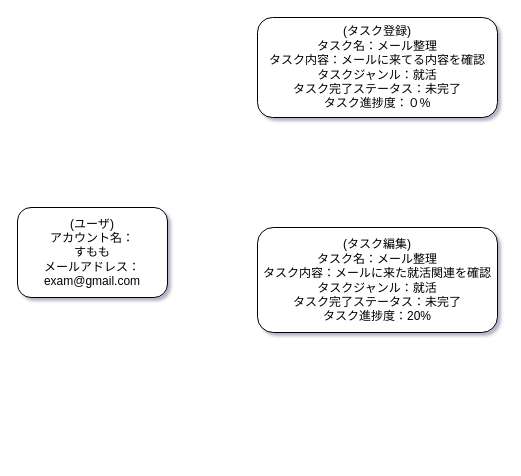
Before: 3-2 オブジェクト図(ドメインモデルの具体例) こっちから書くことも.drawio in OMOCHInoHOSHI/2025-ToDoapp, a draw.io diagram. Source tidied: cells renumbered, new cells numbered last; positions are measured from the earlier drawing's top-left corner, leaving out a move shared by most shapes. Both pictures are drawn from the tidied source at 100%, with x=0, y=0 at pixel (17, 17).
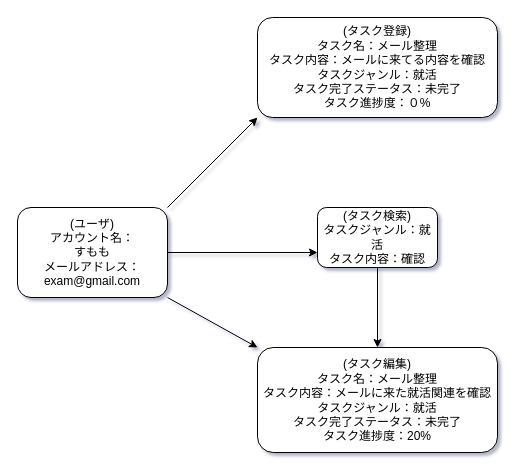
After the change.

Commit message:
タスク検索例

The edit, as a diff of the source:
```diff
@@
 <mxGraphModel background="#FFFFFF" shadow="1">
   <root>
     <mxCell id="0" />
     <mxCell id="1" parent="0" />
+    <mxCell id="5" style="edgeStyle=none;html=1;exitX=1;exitY=0;exitDx=0;exitDy=0;entryX=0;entryY=1;entryDx=0;entryDy=0;" parent="1" edge="1" source="2" target="3">
+      <mxGeometry relative="1" as="geometry" />
+    </mxCell>
+    <mxCell id="6" style="edgeStyle=none;html=1;exitX=1;exitY=1;exitDx=0;exitDy=0;entryX=0;entryY=0;entryDx=0;entryDy=0;" parent="1" edge="1" source="2" target="4">
+      <mxGeometry relative="1" as="geometry" />
+    </mxCell>
+    <mxCell id="7" style="edgeStyle=none;html=1;entryX=0;entryY=0.75;entryDx=0;entryDy=0;" parent="1" edge="1" source="2" target="9">
+      <mxGeometry relative="1" as="geometry" />
+    </mxCell>
     <mxCell id="2" value="(ユーザ&lt;span style=&quot;background-color: transparent;&quot;&gt;)&lt;/span&gt;&lt;div&gt;&lt;span style=&quot;background-color: transparent;&quot;&gt;アカウント名：&lt;br&gt;すもも&lt;br&gt;メールアドレス：exam@gmail.com&lt;/span&gt;&lt;/div&gt;" style="rounded=1;whiteSpace=wrap;html=1;" parent="1" vertex="1">
       <mxGeometry y="190" width="150" height="90" as="geometry" />
     </mxCell>
     <mxCell id="3" value="(タスク登録)&lt;div&gt;タスク名：メール整理&lt;/div&gt;&lt;div&gt;タスク内容：メールに来てる内容を確認&lt;/div&gt;&lt;div&gt;タスクジャンル：就活&lt;/div&gt;&lt;div&gt;タスク完了ステータス：未完了&lt;/div&gt;&lt;div&gt;タスク進捗度：０%&lt;/div&gt;" style="rounded=1;whiteSpace=wrap;html=1;" parent="1" vertex="1">
       <mxGeometry x="240" width="240" height="100" as="geometry" />
     </mxCell>
     <mxCell id="4" value="(タスク編集)&lt;div&gt;タスク名：メール整理&lt;/div&gt;&lt;div&gt;タスク内容：メールに来た就活関連を確認&lt;/div&gt;&lt;div&gt;タスクジャンル：就活&lt;/div&gt;&lt;div&gt;タスク完了ステータス：未完了&lt;/div&gt;&lt;div&gt;タスク進捗度：20%&lt;/div&gt;" style="rounded=1;whiteSpace=wrap;html=1;" parent="1" vertex="1">
-      <mxGeometry x="240" y="210" width="240" height="105" as="geometry" />
+      <mxGeometry x="240" y="330" width="240" height="105" as="geometry" />
     </mxCell>
+    <mxCell id="8" style="edgeStyle=none;html=1;" parent="1" edge="1" source="9" target="4">
+      <mxGeometry relative="1" as="geometry" />
+    </mxCell>
+    <mxCell id="9" value="(タスク検索)&lt;div&gt;タスクジャンル：就活&lt;/div&gt;&lt;div&gt;タスク内容：確認&lt;/div&gt;" style="rounded=1;whiteSpace=wrap;html=1;" parent="1" vertex="1">
+      <mxGeometry x="300" y="190" width="120" height="60" as="geometry" />
+    </mxCell>
   </root>
 </mxGraphModel>
```
